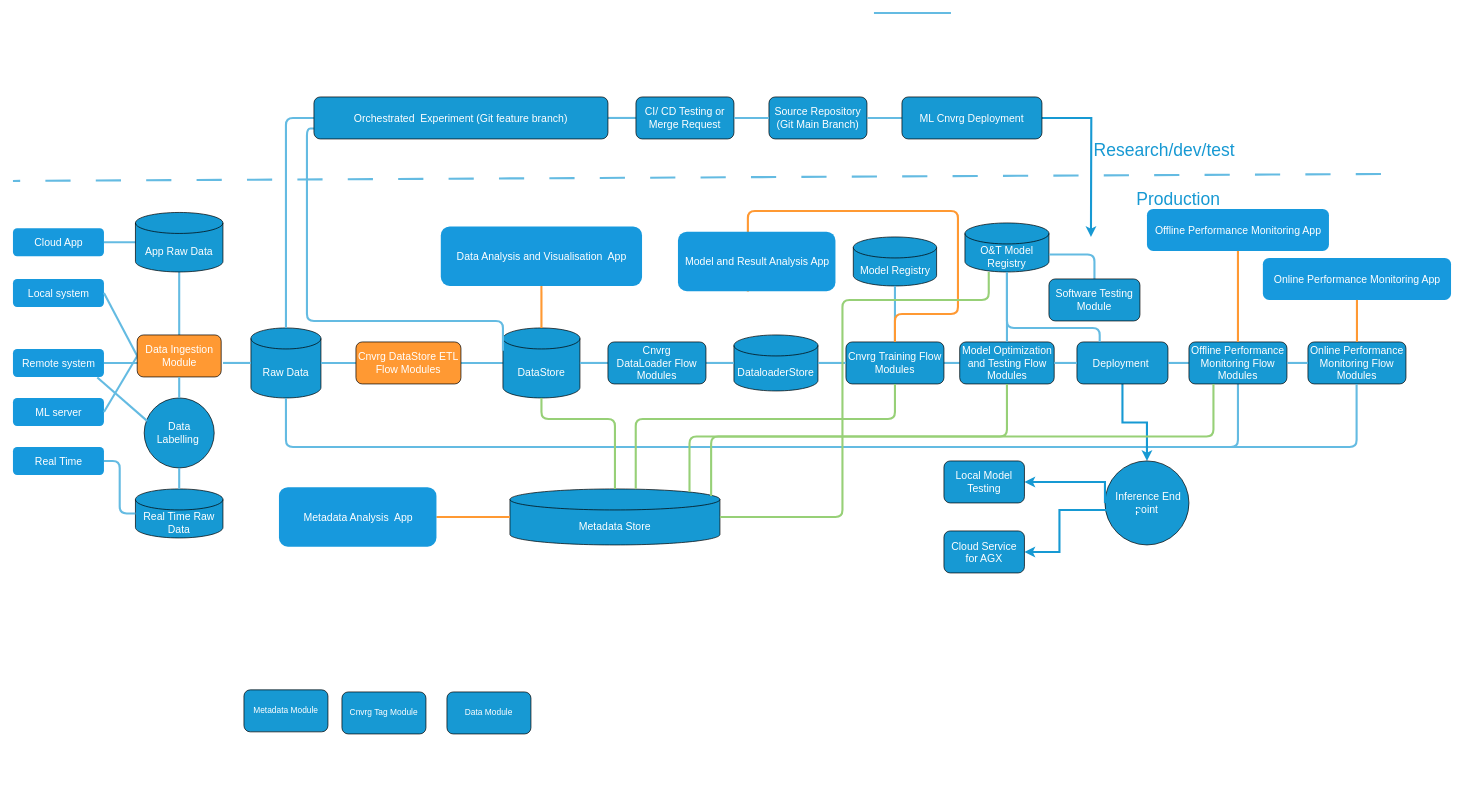
Above: Untitled Diagram.drawio in mj1156/Face_Detection-Machine-Learning (draw.io), before the change. Source tidied: cells renumbered, new cells numbered last; positions are measured from the earlier drawing's top-left corner, leaving out a move shared by most shapes. Both pictures are drawn from the tidied source at 70%, with x=0, y=0 at pixel (13, 13).
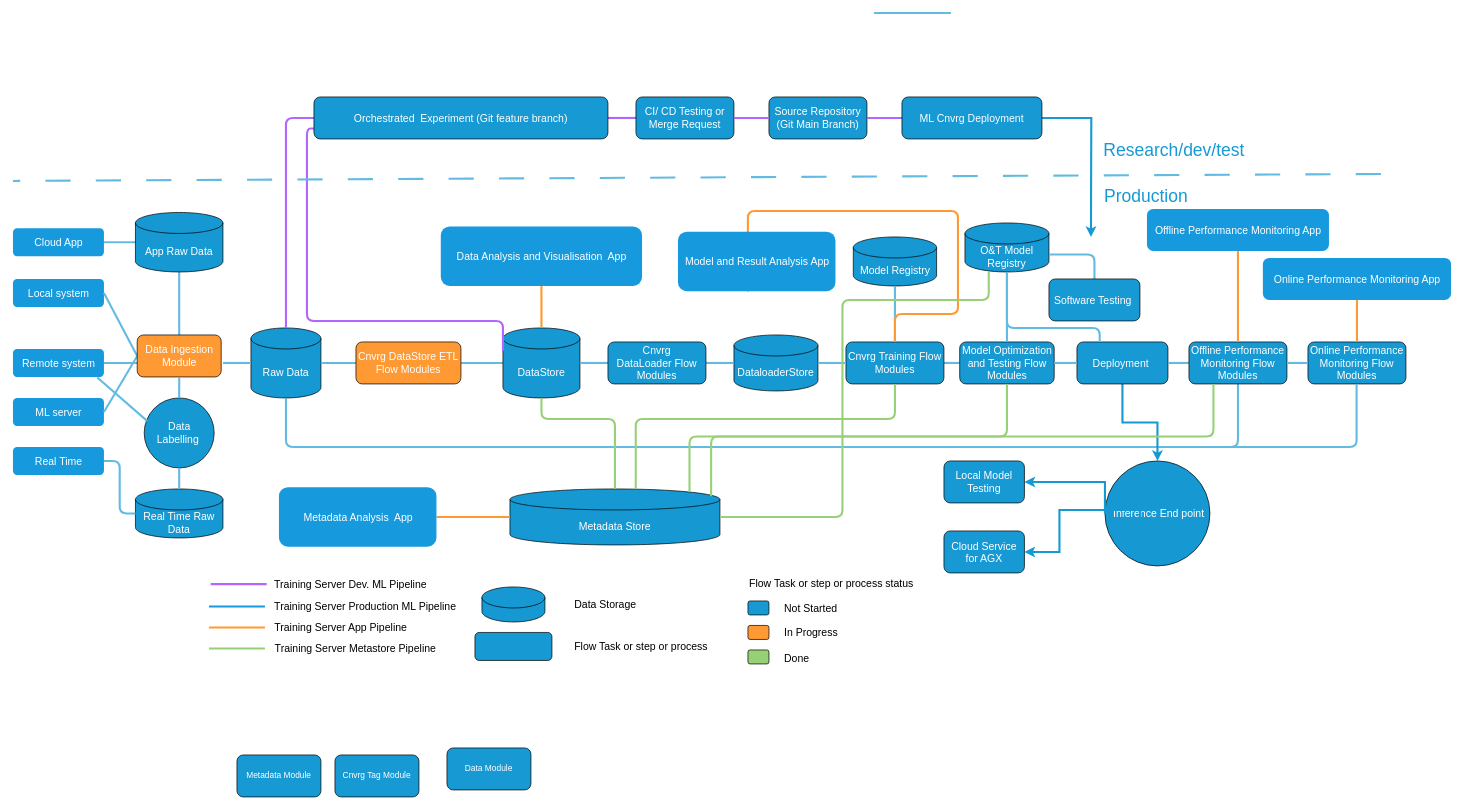
The same page after the edit.

The change refers to these unchanged cells:
```xml
<mxCell id="3" value="&lt;font color=&quot;#ffffff&quot; style=&quot;font-size: 15px;&quot;&gt;Raw Data&lt;/font&gt;" style="shape=cylinder3;whiteSpace=wrap;html=1;boundedLbl=1;backgroundOutline=1;size=15;fillColor=#1699d3;" parent="1" vertex="1">
  <mxGeometry x="340" y="450" width="100" height="100" as="geometry" />
</mxCell>
<mxCell id="17" value="&lt;font style=&quot;font-size: 15px;&quot; color=&quot;#ffffff&quot;&gt;DataStore&lt;/font&gt;" style="shape=cylinder3;whiteSpace=wrap;html=1;boundedLbl=1;backgroundOutline=1;size=15;fillColor=#1699d3;" parent="1" vertex="1">
  <mxGeometry x="700" y="450" width="110" height="100" as="geometry" />
</mxCell>
<mxCell id="53" value="&lt;font style=&quot;font-size: 15px;&quot; color=&quot;#ffffff&quot;&gt;Orchestrated&amp;nbsp; Experiment (Git feature branch)&lt;/font&gt;" style="rounded=1;whiteSpace=wrap;html=1;fillColor=#1799d3;" parent="1" vertex="1">
  <mxGeometry x="430" y="120" width="420" height="60" as="geometry" />
</mxCell>
<mxCell id="54" value="&lt;font style=&quot;font-size: 15px;&quot; color=&quot;#ffffff&quot;&gt;CI/ CD Testing or Merge Request&lt;/font&gt;" style="rounded=1;whiteSpace=wrap;html=1;fillColor=#1799d3;" parent="1" vertex="1">
  <mxGeometry x="890" y="120" width="140" height="60" as="geometry" />
</mxCell>
<mxCell id="55" value="&lt;font style=&quot;font-size: 15px;&quot; color=&quot;#ffffff&quot;&gt;Source Repository&lt;br&gt;(Git Main Branch)&lt;/font&gt;" style="rounded=1;whiteSpace=wrap;html=1;fillColor=#1799d3;" parent="1" vertex="1">
  <mxGeometry x="1080" y="120" width="140" height="60" as="geometry" />
</mxCell>
<mxCell id="61" value="&lt;font style=&quot;font-size: 15px;&quot; color=&quot;#ffffff&quot;&gt;ML Cnvrg Deployment&lt;/font&gt;" style="rounded=1;whiteSpace=wrap;html=1;fillColor=#1799d3;" parent="1" vertex="1">
  <mxGeometry x="1270" y="120" width="200" height="60" as="geometry" />
</mxCell>
```

Diff of the diagram source:
```diff
@@
-    <mxCell id="9" style="edgeStyle=orthogonalEdgeStyle;endArrow=none;strokeWidth=3;strokeColor=#64BBE2;html=1;entryX=0.5;entryY=0;entryDx=0;entryDy=0;exitX=0;exitY=0.5;exitDx=0;exitDy=0;entryPerimeter=0;" parent="1" edge="1" source="53" target="3">
+    <mxCell id="9" style="edgeStyle=orthogonalEdgeStyle;endArrow=none;strokeWidth=3;strokeColor=#B266FF;html=1;entryX=0.5;entryY=0;entryDx=0;entryDy=0;exitX=0;exitY=0.5;exitDx=0;exitDy=0;entryPerimeter=0;" parent="1" edge="1" source="53" target="3">
       <mxGeometry x="-221.5" y="56.5" as="geometry" />
     </mxCell>
@@
     <mxCell id="24" value="&lt;font color=&quot;#ffffff&quot;&gt;Data Module&lt;/font&gt;" style="rounded=1;whiteSpace=wrap;html=1;fillColor=#1799d3;" parent="1" vertex="1">
-      <mxGeometry x="620" y="970" width="120" height="60" as="geometry" />
+      <mxGeometry x="620" y="1050" width="120" height="60" as="geometry" />
     </mxCell>
     <mxCell id="25" value="&lt;font color=&quot;#ffffff&quot;&gt;Cnvrg Tag Module&lt;/font&gt;" style="rounded=1;whiteSpace=wrap;html=1;fillColor=#1799d3;" parent="1" vertex="1">
-      <mxGeometry x="470" y="970" width="120" height="60" as="geometry" />
+      <mxGeometry x="460" y="1060" width="120" height="60" as="geometry" />
     </mxCell>
     <mxCell id="26" value="&lt;font color=&quot;#ffffff&quot;&gt;Metadata Module&lt;/font&gt;" style="rounded=1;whiteSpace=wrap;html=1;fillColor=#1799d3;" parent="1" vertex="1">
-      <mxGeometry x="330" y="967" width="120" height="60" as="geometry" />
+      <mxGeometry x="320" y="1060" width="120" height="60" as="geometry" />
     </mxCell>
@@
-    <mxCell id="45" style="edgeStyle=orthogonalEdgeStyle;endArrow=none;strokeWidth=3;strokeColor=#64BBE2;html=1;entryX=0;entryY=0.75;entryDx=0;entryDy=0;exitX=0;exitY=0;exitDx=0;exitDy=32.5;exitPerimeter=0;" parent="1" edge="1" source="17" target="53">
+    <mxCell id="45" style="edgeStyle=orthogonalEdgeStyle;endArrow=none;strokeWidth=3;strokeColor=#B266FF;html=1;entryX=0;entryY=0.75;entryDx=0;entryDy=0;exitX=0;exitY=0;exitDx=0;exitDy=32.5;exitPerimeter=0;" parent="1" edge="1" source="17" target="53">
       <mxGeometry x="-221.5" y="56.5" as="geometry">
         <Array as="points">
           <mxPoint x="700" y="440" />
           <mxPoint x="420" y="440" />
           <mxPoint x="420" y="165" />
         </Array>
       </mxGeometry>
     </mxCell>
@@
-    <mxCell id="49" style="edgeStyle=none;endArrow=none;strokeWidth=3;strokeColor=#64BBE2;html=1;entryX=1;entryY=0.5;entryDx=0;entryDy=0;" parent="1" edge="1" source="54" target="53">
+    <mxCell id="49" style="edgeStyle=none;endArrow=none;strokeWidth=3;strokeColor=#B266FF;html=1;entryX=1;entryY=0.5;entryDx=0;entryDy=0;" parent="1" edge="1" source="54" target="53">
       <mxGeometry x="-221.5" y="56.5" as="geometry" />
     </mxCell>
@@
-    <mxCell id="58" style="edgeStyle=none;endArrow=none;strokeWidth=3;strokeColor=#64BBE2;html=1;entryX=1;entryY=0.5;entryDx=0;entryDy=0;exitX=0;exitY=0.5;exitDx=0;exitDy=0;" parent="1" edge="1" source="61" target="55">
+    <mxCell id="58" style="edgeStyle=none;endArrow=none;strokeWidth=3;strokeColor=#B266FF;html=1;entryX=1;entryY=0.5;entryDx=0;entryDy=0;exitX=0;exitY=0.5;exitDx=0;exitDy=0;" parent="1" edge="1" source="61" target="55">
       <mxGeometry x="-221.5" y="56.5" as="geometry" />
     </mxCell>
-    <mxCell id="59" style="edgeStyle=none;endArrow=none;strokeWidth=3;strokeColor=#64BBE2;html=1;entryX=1;entryY=0.5;entryDx=0;entryDy=0;exitX=0;exitY=0.5;exitDx=0;exitDy=0;" parent="1" edge="1" source="55" target="54">
+    <mxCell id="59" style="edgeStyle=none;endArrow=none;strokeWidth=3;strokeColor=#B266FF;html=1;entryX=1;entryY=0.5;entryDx=0;entryDy=0;exitX=0;exitY=0.5;exitDx=0;exitDy=0;" parent="1" edge="1" source="55" target="54">
       <mxGeometry x="-221.5" y="56.5" as="geometry" />
     </mxCell>
@@
     <mxCell id="62" value="&lt;font style=&quot;font-size: 25px;&quot; color=&quot;#1799d3&quot;&gt;Research/dev/test&lt;/font&gt;" style="text;html=1;strokeColor=none;fillColor=none;align=center;verticalAlign=middle;whiteSpace=wrap;rounded=0;" parent="1" vertex="1">
-      <mxGeometry x="1570" y="180" width="150" height="30" as="geometry" />
+      <mxGeometry x="1584" y="180" width="150" height="30" as="geometry" />
     </mxCell>
     <mxCell id="63" value="&lt;font style=&quot;font-size: 25px;&quot; color=&quot;#1799d3&quot;&gt;Production&lt;/font&gt;" style="text;html=1;strokeColor=none;fillColor=none;align=center;verticalAlign=middle;whiteSpace=wrap;rounded=0;" parent="1" vertex="1">
-      <mxGeometry x="1570" y="250" width="190" height="30" as="geometry" />
+      <mxGeometry x="1524" y="245" width="190" height="30" as="geometry" />
     </mxCell>
@@
-    <mxCell id="65" value="&lt;font style=&quot;font-size: 15px;&quot; color=&quot;#ffffff&quot;&gt;Software Testing Module&lt;/font&gt;" style="rounded=1;whiteSpace=wrap;html=1;fillColor=#1799d3;" parent="1" vertex="1">
+    <mxCell id="65" value="&lt;font style=&quot;font-size: 15px;&quot; color=&quot;#ffffff&quot;&gt;Software Testing&amp;nbsp;&lt;/font&gt;" style="rounded=1;whiteSpace=wrap;html=1;fillColor=#1799d3;" parent="1" vertex="1">
       <mxGeometry x="1480" y="380" width="130" height="60" as="geometry" />
     </mxCell>
     <mxCell id="66" value="&lt;font style=&quot;font-size: 15px;&quot; color=&quot;#ffffff&quot;&gt;&amp;nbsp;Inference End point&lt;/font&gt;" style="ellipse;whiteSpace=wrap;html=1;fillColor=#1699D3;" parent="1" vertex="1">
-      <mxGeometry x="1560" y="640" width="120" height="120" as="geometry" />
+      <mxGeometry x="1560" y="640" width="150" height="150" as="geometry" />
     </mxCell>
@@
+    <mxCell id="88" style="edgeStyle=none;endArrow=none;strokeWidth=3;strokeColor=#1799DD;html=1;" parent="1" edge="1">
+      <mxGeometry x="-221.5" y="56.5" as="geometry">
+        <mxPoint x="360" y="848" as="sourcePoint" />
+        <mxPoint x="280" y="848" as="targetPoint" />
+      </mxGeometry>
+    </mxCell>
+    <mxCell id="89" style="edgeStyle=none;endArrow=none;strokeWidth=3;strokeColor=#FF9933;html=1;entryX=1;entryY=0.5;entryDx=0;entryDy=0;" parent="1" edge="1">
+      <mxGeometry x="-221.5" y="56.5" as="geometry">
+        <mxPoint x="360" y="878" as="sourcePoint" />
+        <mxPoint x="280" y="878" as="targetPoint" />
+      </mxGeometry>
+    </mxCell>
+    <mxCell id="90" style="edgeStyle=none;endArrow=none;strokeWidth=3;strokeColor=#97D077;html=1;entryX=1;entryY=0.5;entryDx=0;entryDy=0;" parent="1" edge="1">
+      <mxGeometry x="-221.5" y="56.5" as="geometry">
+        <mxPoint x="360" y="908" as="sourcePoint" />
+        <mxPoint x="280" y="908" as="targetPoint" />
+      </mxGeometry>
+    </mxCell>
+    <mxCell id="91" value="&lt;font style=&quot;font-size: 15px;&quot;&gt;Training Server Production ML Pipeline&lt;/font&gt;" style="text;html=1;align=center;verticalAlign=middle;strokeColor=none;fillColor=none;" parent="1" vertex="1">
+      <mxGeometry x="360.5" y="833" width="285" height="30" as="geometry" />
+    </mxCell>
+    <mxCell id="92" value="&lt;font style=&quot;font-size: 15px;&quot;&gt;Training Server App Pipeline&lt;/font&gt;" style="text;html=1;align=center;verticalAlign=middle;strokeColor=none;fillColor=none;" parent="1" vertex="1">
+      <mxGeometry x="355" y="861.5" width="225" height="30" as="geometry" />
+    </mxCell>
+    <mxCell id="93" value="&lt;font style=&quot;font-size: 15px;&quot;&gt;Training Server Metastore Pipeline&lt;/font&gt;" style="text;html=1;align=center;verticalAlign=middle;strokeColor=none;fillColor=none;" parent="1" vertex="1">
+      <mxGeometry x="361.5" y="892" width="255" height="30" as="geometry" />
+    </mxCell>
+    <mxCell id="94" style="shape=cylinder3;whiteSpace=wrap;html=1;boundedLbl=1;backgroundOutline=1;size=15;fillColor=#1699d3;" parent="1" vertex="1">
+      <mxGeometry x="670" y="820" width="90" height="50" as="geometry" />
+    </mxCell>
+    <mxCell id="95" value="&lt;font style=&quot;font-size: 15px;&quot;&gt;Data Storage&lt;/font&gt;" style="text;html=1;align=center;verticalAlign=middle;strokeColor=none;fillColor=none;" parent="1" vertex="1">
+      <mxGeometry x="786" y="830" width="120" height="30" as="geometry" />
+    </mxCell>
+    <mxCell id="96" style="rounded=1;whiteSpace=wrap;html=1;fillColor=#1799d3;" parent="1" vertex="1">
+      <mxGeometry x="660" y="885" width="110" height="40" as="geometry" />
+    </mxCell>
+    <mxCell id="97" value="&lt;font style=&quot;font-size: 15px;&quot;&gt;Flow Task or step or process&lt;/font&gt;" style="text;html=1;align=center;verticalAlign=middle;strokeColor=none;fillColor=none;" parent="1" vertex="1">
+      <mxGeometry x="784" y="889" width="225" height="30" as="geometry" />
+    </mxCell>
+    <mxCell id="98" value="&lt;span style=&quot;color: rgb(0, 0, 0); font-family: Helvetica; font-style: normal; font-variant-ligatures: normal; font-variant-caps: normal; font-weight: 400; letter-spacing: normal; orphans: 2; text-align: center; text-indent: 0px; text-transform: none; widows: 2; word-spacing: 0px; -webkit-text-stroke-width: 0px; background-color: rgb(251, 251, 251); text-decoration-thickness: initial; text-decoration-style: initial; text-decoration-color: initial; float: none; display: inline !important;&quot;&gt;&lt;font style=&quot;font-size: 15px;&quot;&gt;Flow Task or step or process status&lt;/font&gt;&lt;/span&gt;" style="text;whiteSpace=wrap;html=1;" parent="1" vertex="1">
+      <mxGeometry x="1050" y="800" width="245" height="40" as="geometry" />
+    </mxCell>
+    <mxCell id="99" style="rounded=1;whiteSpace=wrap;html=1;fillColor=#1799d3;" parent="1" vertex="1">
+      <mxGeometry x="1050" y="840" width="30" height="20" as="geometry" />
+    </mxCell>
+    <mxCell id="100" style="rounded=1;whiteSpace=wrap;html=1;fillColor=#FF9933;" parent="1" vertex="1">
+      <mxGeometry x="1050" y="875" width="30" height="20" as="geometry" />
+    </mxCell>
+    <mxCell id="101" style="rounded=1;whiteSpace=wrap;html=1;fillColor=#97D077;" parent="1" vertex="1">
+      <mxGeometry x="1050" y="910" width="30" height="20" as="geometry" />
+    </mxCell>
+    <mxCell id="102" value="&lt;div style=&quot;text-align: center;&quot;&gt;&lt;span style=&quot;background-color: initial;&quot;&gt;&lt;font style=&quot;font-size: 15px;&quot;&gt;Not Started&lt;/font&gt;&lt;/span&gt;&lt;/div&gt;" style="text;whiteSpace=wrap;html=1;" parent="1" vertex="1">
+      <mxGeometry x="1100" y="834.5" width="90" height="25" as="geometry" />
+    </mxCell>
+    <mxCell id="103" value="&lt;div style=&quot;text-align: center;&quot;&gt;&lt;font style=&quot;font-size: 15px;&quot;&gt;In Progress&lt;/font&gt;&lt;/div&gt;" style="text;whiteSpace=wrap;html=1;" parent="1" vertex="1">
+      <mxGeometry x="1100" y="869" width="95" height="25" as="geometry" />
+    </mxCell>
+    <mxCell id="104" value="&lt;div style=&quot;text-align: center;&quot;&gt;&lt;font style=&quot;font-size: 15px;&quot;&gt;Done&lt;/font&gt;&lt;/div&gt;" style="text;whiteSpace=wrap;html=1;" parent="1" vertex="1">
+      <mxGeometry x="1100" y="906.5" width="70" height="25" as="geometry" />
+    </mxCell>
+    <mxCell id="105" style="edgeStyle=none;endArrow=none;strokeWidth=3;strokeColor=#B266FF;html=1;entryX=1;entryY=0.5;entryDx=0;entryDy=0;" parent="1" edge="1">
+      <mxGeometry x="-221.5" y="56.5" as="geometry">
+        <mxPoint x="362.5" y="816" as="sourcePoint" />
+        <mxPoint x="282.5" y="816" as="targetPoint" />
+      </mxGeometry>
+    </mxCell>
+    <mxCell id="106" value="&lt;font style=&quot;font-size: 15px;&quot;&gt;Training Server Dev. ML Pipeline&lt;/font&gt;" style="text;html=1;align=center;verticalAlign=middle;strokeColor=none;fillColor=none;" parent="1" vertex="1">
+      <mxGeometry x="354.5" y="801" width="255" height="30" as="geometry" />
+    </mxCell>
```
